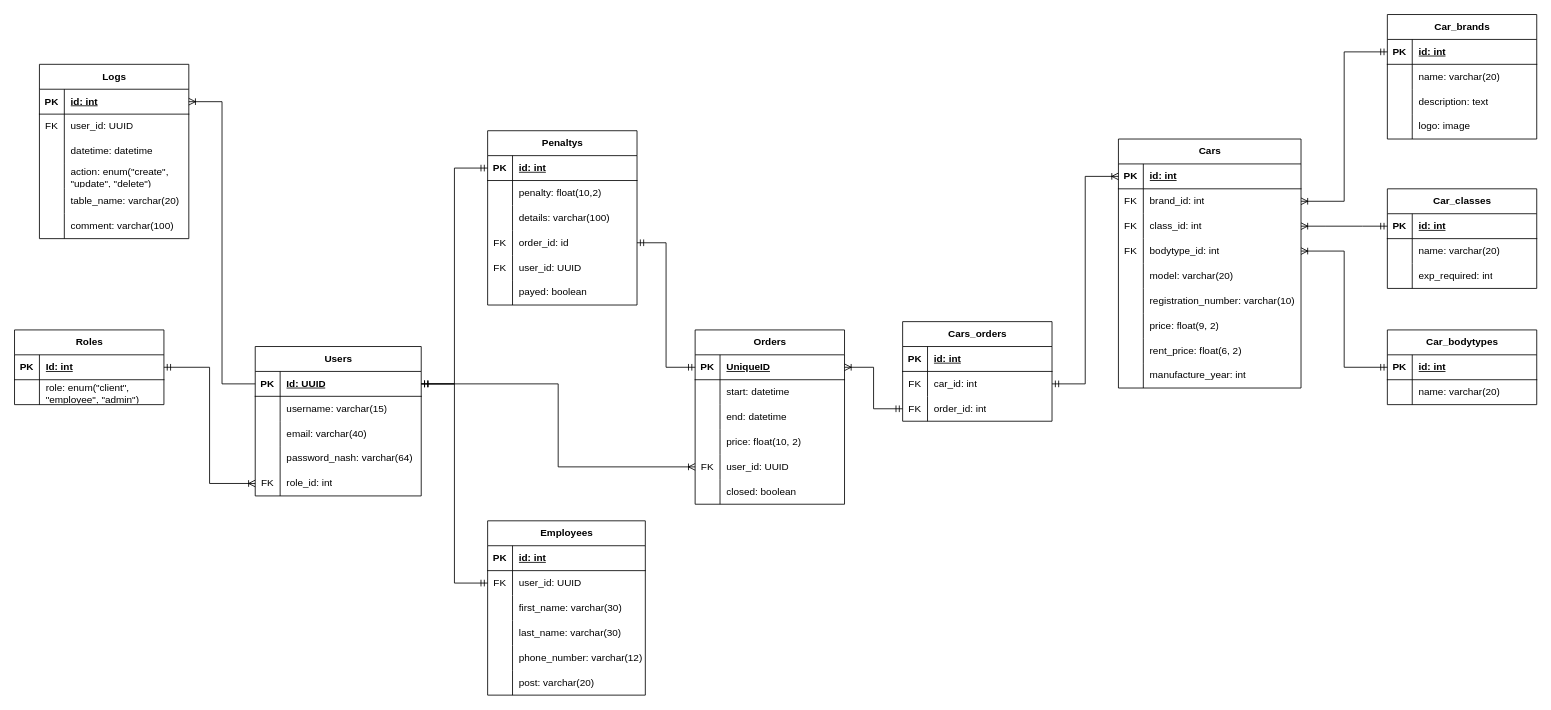
The draw.io diagram DB.drawio in LoneXDii/DB-labs, before the edit. Source tidied: cells renumbered, new cells numbered last; positions are measured from the earlier drawing's top-left corner, leaving out a move shared by most shapes. Both pictures are drawn from the tidied source at 83%, with x=0, y=0 at pixel (14, 14).
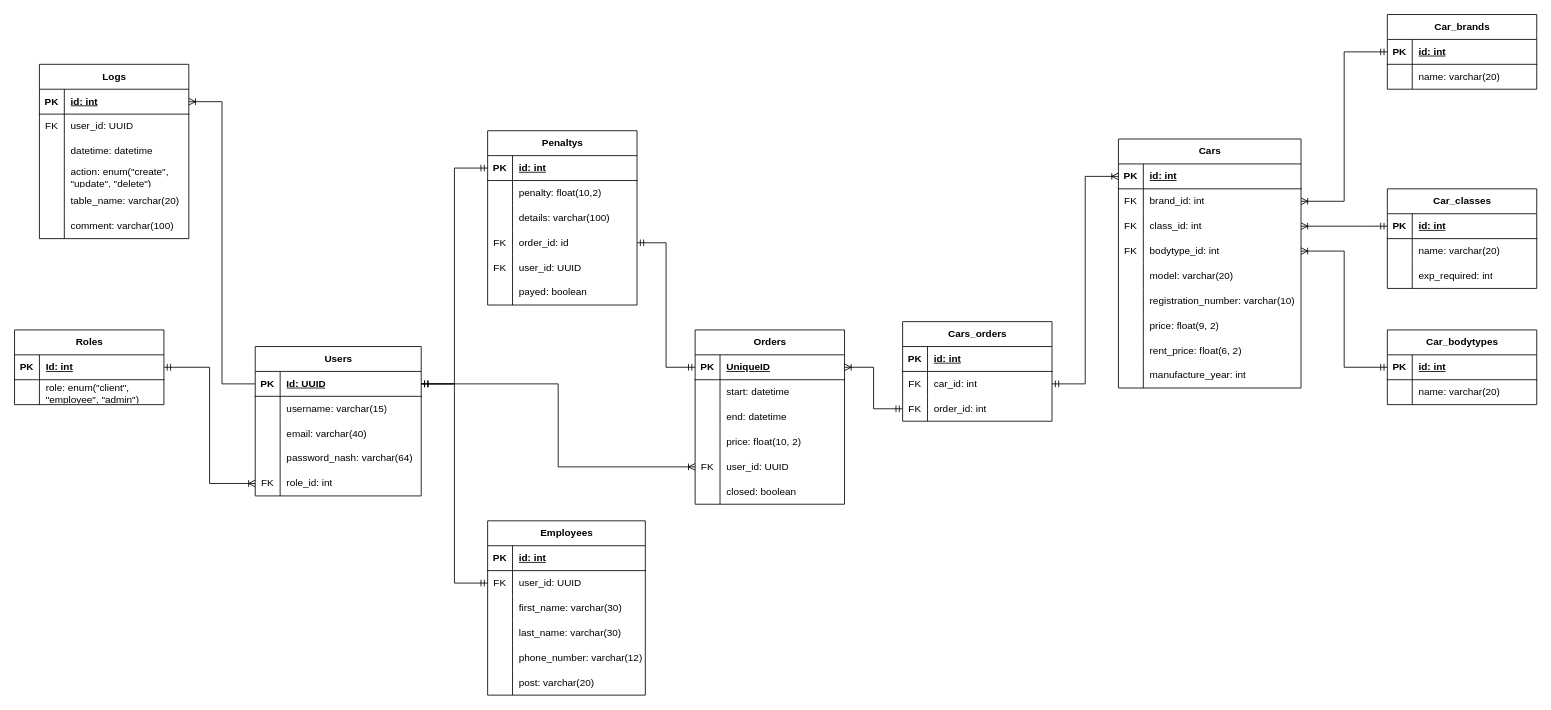
Above is the later version.

What changed in the source:
```diff
@@
     <mxCell id="65" value="Car_brands" style="shape=table;startSize=30;childLayout=tableLayout;rowLines=0;fontStyle=1;align=center;html=1;" parent="1" vertex="1">
-      <mxGeometry x="1654" width="180" height="150" as="geometry" />
+      <mxGeometry x="1654" width="180" height="90" as="geometry" />
     </mxCell>
@@
-    <mxCell id="72" style="shape=tableRow;horizontal=0;startSize=0;swimlaneHead=0;swimlaneBody=0;fillColor=none;top=0;left=0;right=0;bottom=0;" parent="65" vertex="1">
-      <mxGeometry y="90" width="180" height="30" as="geometry" />
-    </mxCell>
-    <mxCell id="73" style="shape=partialRectangle;fillColor=none;top=0;left=0;bottom=0;right=0;overflow=hidden;whiteSpace=wrap;html=1;" parent="72" vertex="1">
-      <mxGeometry width="30" height="30" as="geometry" />
-    </mxCell>
-    <mxCell id="74" value="description: text" style="shape=partialRectangle;fillColor=none;top=0;left=0;bottom=0;right=0;align=left;spacingLeft=6;overflow=hidden;whiteSpace=wrap;html=1;" parent="72" vertex="1">
-      <mxGeometry x="30" width="150" height="30" as="geometry" />
-    </mxCell>
-    <mxCell id="75" style="shape=tableRow;horizontal=0;startSize=0;swimlaneHead=0;swimlaneBody=0;fillColor=none;top=0;left=0;right=0;bottom=0;" parent="65" vertex="1">
-      <mxGeometry y="120" width="180" height="30" as="geometry" />
-    </mxCell>
-    <mxCell id="76" style="shape=partialRectangle;fillColor=none;top=0;left=0;bottom=0;right=0;overflow=hidden;whiteSpace=wrap;html=1;" parent="75" vertex="1">
-      <mxGeometry width="30" height="30" as="geometry" />
-    </mxCell>
-    <mxCell id="77" value="logo: image" style="shape=partialRectangle;fillColor=none;top=0;left=0;bottom=0;right=0;align=left;spacingLeft=6;overflow=hidden;whiteSpace=wrap;html=1;" parent="75" vertex="1">
-      <mxGeometry x="30" width="150" height="30" as="geometry" />
-    </mxCell>
```
